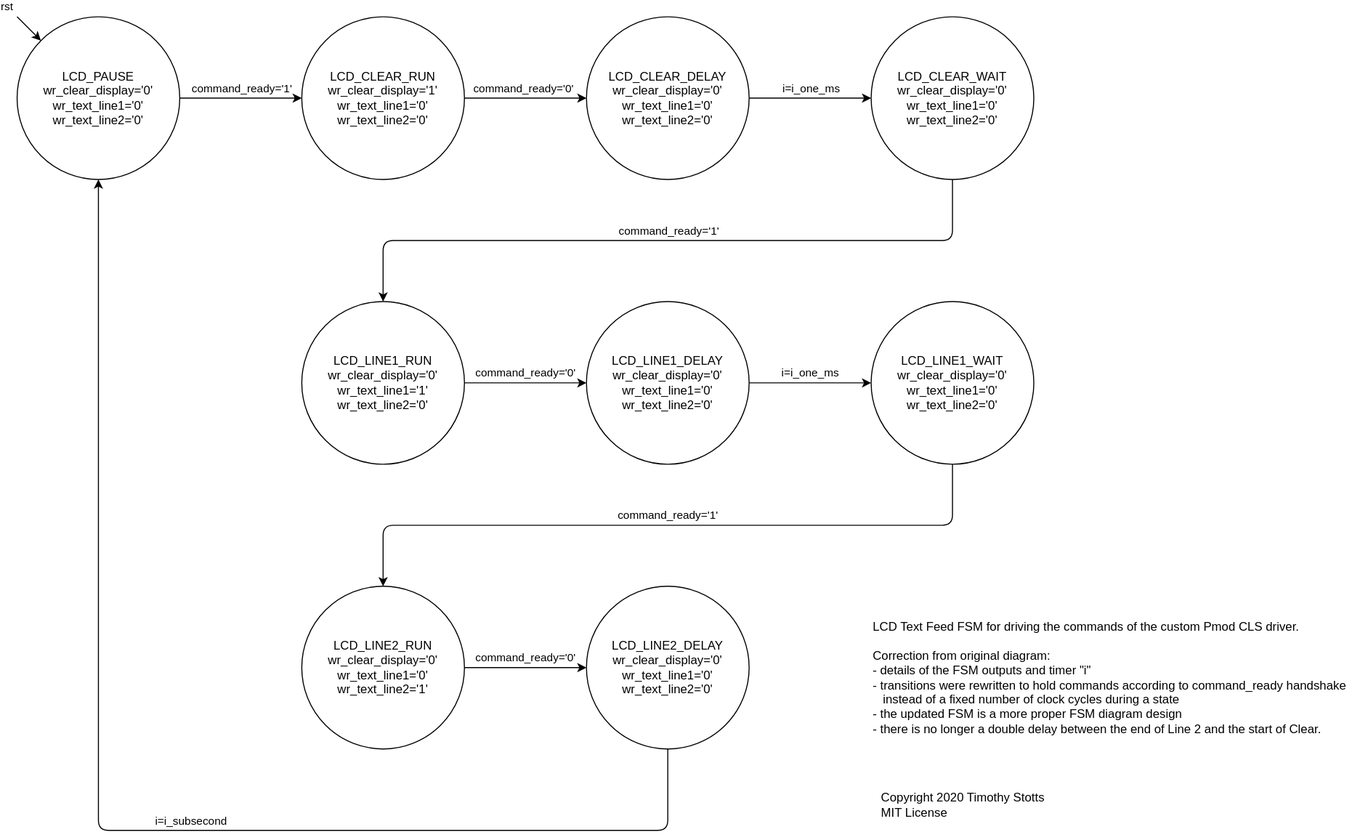
Before: ACL-Tester-Design-Documents/ACL-Tester-Design-Diagrams-LCD-FSM.svg, a diagram exported from draw.io (timothystotts/fpga-serial-acl-tester-1). Source tidied: cells renumbered, new cells last; positions are measured from the earlier drawing's top-left corner, leaving out a move shared by most shapes.
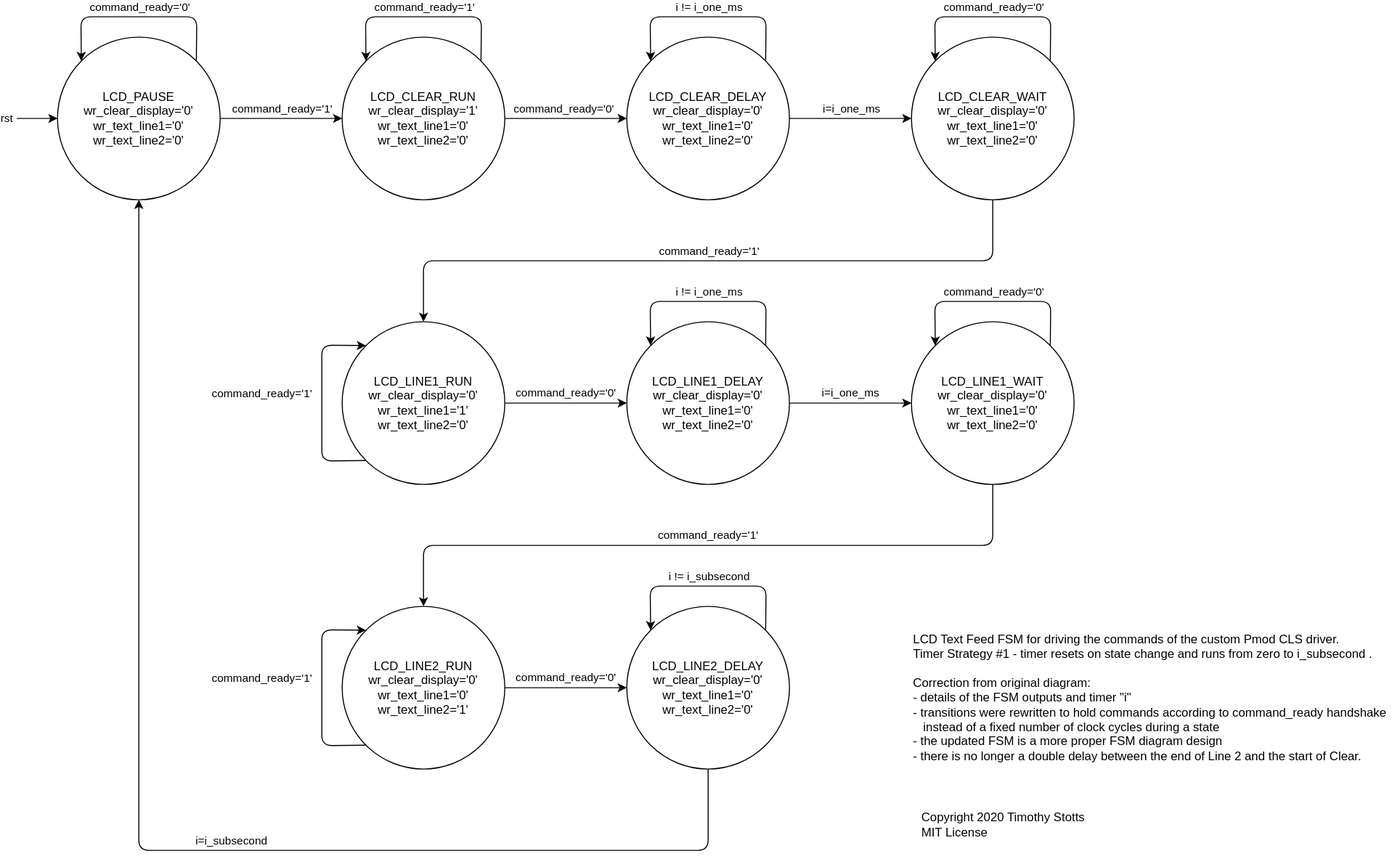
After the change.

What changed in the source:
```diff
@@ -38,10 +38,10 @@
         <mxPoint x="13" y="-7" as="offset" />
       </mxGeometry>
     </mxCell>
-    <mxCell id="12" value="rst" style="endArrow=classic;html=1;entryX=0;entryY=0;entryDx=0;entryDy=0;" parent="1" edge="1" target="2">
-      <mxGeometry x="-1" y="-14" relative="1" as="geometry">
-        <mxPoint as="sourcePoint" />
-        <mxPoint y="-20" as="offset" />
+    <mxCell id="12" value="rst" style="endArrow=classic;html=1;entryX=0;entryY=0.5;entryDx=0;entryDy=0;" parent="1" edge="1" target="2">
+      <mxGeometry x="-1" y="-10" relative="1" as="geometry">
+        <mxPoint x="-40" y="80" as="sourcePoint" />
+        <mxPoint x="-10" y="-10" as="offset" />
       </mxGeometry>
     </mxCell>
     <mxCell id="13" value="LCD_LINE1_RUN&lt;br&gt;wr_clear_display='0'&lt;br&gt;wr_text_line1='1'&lt;br&gt;wr_text_line2='0'" style="ellipse;whiteSpace=wrap;html=1;" parent="1" vertex="1">
@@ -102,11 +102,142 @@
         <mxPoint x="-164" y="-6" as="offset" />
       </mxGeometry>
     </mxCell>
-    <mxCell id="26" value="LCD Text Feed FSM for driving the commands of the custom Pmod CLS driver.&lt;br&gt;&lt;br&gt;Correction from original diagram:&lt;br&gt;- details of the FSM outputs and timer &quot;i&quot;&lt;br&gt;- transitions were rewritten to hold commands according to command_ready handshake&lt;br&gt;&amp;nbsp; &amp;nbsp;instead of a fixed number of clock cycles during a state&lt;br&gt;- the updated FSM is a more proper FSM diagram design&lt;br&gt;- there is no longer a double delay between the end of Line 2 and the start of Clear." style="text;html=1;align=left;verticalAlign=middle;" parent="1" vertex="1">
-      <mxGeometry x="840" y="590" width="480" height="120" as="geometry" />
+    <mxCell id="26" value="LCD Text Feed FSM for driving the commands of the custom Pmod CLS driver.&lt;br&gt;Timer Strategy #1 - timer resets on state change and runs from zero to i_subsecond .&lt;br&gt;&lt;br&gt;Correction from original diagram:&lt;br&gt;- details of the FSM outputs and timer &quot;i&quot;&lt;br&gt;- transitions were rewritten to hold commands according to command_ready handshake&lt;br&gt;&amp;nbsp; &amp;nbsp;instead of a fixed number of clock cycles during a state&lt;br&gt;- the updated FSM is a more proper FSM diagram design&lt;br&gt;- there is no longer a double delay between the end of Line 2 and the start of Clear." style="text;html=1;align=left;verticalAlign=middle;" parent="1" vertex="1">
+      <mxGeometry x="840" y="585" width="480" height="130" as="geometry" />
     </mxCell>
     <mxCell id="27" value="&lt;div style=&quot;text-align: left&quot;&gt;&lt;span&gt;Copyright 2020 Timothy Stotts&lt;/span&gt;&lt;/div&gt;&lt;div style=&quot;text-align: left&quot;&gt;&lt;span&gt;MIT License&lt;/span&gt;&lt;/div&gt;" style="text;html=1;align=center;verticalAlign=middle;" parent="1" vertex="1">
       <mxGeometry x="840" y="760" width="180" height="30" as="geometry" />
     </mxCell>
+    <mxCell id="28" style="endArrow=classic;html=1;exitX=1;exitY=0;exitDx=0;exitDy=0;entryX=0;entryY=0;entryDx=0;entryDy=0;" parent="1" edge="1" source="2" target="2">
+      <mxGeometry relative="1" as="geometry">
+        <Array as="points">
+          <mxPoint x="137" y="-20" />
+          <mxPoint x="23" y="-20" />
+        </Array>
+      </mxGeometry>
+    </mxCell>
+    <mxCell id="29" value="command_ready='0'" style="edgeLabel;html=1;align=center;verticalAlign=middle;" parent="28" vertex="1">
+      <mxGeometry x="0.08" y="1" relative="1" as="geometry">
+        <mxPoint x="7.6" y="-11" as="offset" />
+      </mxGeometry>
+    </mxCell>
+    <mxCell id="30" style="endArrow=classic;html=1;exitX=1;exitY=0;exitDx=0;exitDy=0;entryX=0;entryY=0;entryDx=0;entryDy=0;" parent="1" edge="1">
+      <mxGeometry relative="1" as="geometry">
+        <mxPoint x="416.6" y="23.4" as="sourcePoint" />
+        <mxPoint x="303.4" y="23.4" as="targetPoint" />
+        <Array as="points">
+          <mxPoint x="417" y="-20" />
+          <mxPoint x="303" y="-20" />
+        </Array>
+      </mxGeometry>
+    </mxCell>
+    <mxCell id="31" value="command_ready='1'" style="edgeLabel;html=1;align=center;verticalAlign=middle;" parent="30" vertex="1">
+      <mxGeometry x="0.08" y="1" relative="1" as="geometry">
+        <mxPoint x="7.6" y="-11" as="offset" />
+      </mxGeometry>
+    </mxCell>
+    <mxCell id="32" style="endArrow=classic;html=1;exitX=1;exitY=0;exitDx=0;exitDy=0;entryX=0;entryY=0;entryDx=0;entryDy=0;" parent="1" edge="1">
+      <mxGeometry relative="1" as="geometry">
+        <mxPoint x="696.6" y="23.4" as="sourcePoint" />
+        <mxPoint x="583.4" y="23.4" as="targetPoint" />
+        <Array as="points">
+          <mxPoint x="697" y="-20" />
+          <mxPoint x="583" y="-20" />
+        </Array>
+      </mxGeometry>
+    </mxCell>
+    <mxCell id="33" value="i != i_one_ms" style="edgeLabel;html=1;align=center;verticalAlign=middle;" parent="32" vertex="1">
+      <mxGeometry x="0.08" y="1" relative="1" as="geometry">
+        <mxPoint x="7.6" y="-11" as="offset" />
+      </mxGeometry>
+    </mxCell>
+    <mxCell id="34" style="endArrow=classic;html=1;exitX=1;exitY=0;exitDx=0;exitDy=0;entryX=0;entryY=0;entryDx=0;entryDy=0;" parent="1" edge="1">
+      <mxGeometry relative="1" as="geometry">
+        <mxPoint x="976.6" y="23.4" as="sourcePoint" />
+        <mxPoint x="863.4" y="23.4" as="targetPoint" />
+        <Array as="points">
+          <mxPoint x="977" y="-20" />
+          <mxPoint x="863" y="-20" />
+        </Array>
+      </mxGeometry>
+    </mxCell>
+    <mxCell id="35" value="command_ready='0'" style="edgeLabel;html=1;align=center;verticalAlign=middle;" parent="34" vertex="1">
+      <mxGeometry x="0.08" y="1" relative="1" as="geometry">
+        <mxPoint x="7.6" y="-11" as="offset" />
+      </mxGeometry>
+    </mxCell>
+    <mxCell id="36" style="endArrow=classic;html=1;exitX=0;exitY=1;exitDx=0;exitDy=0;entryX=0;entryY=0;entryDx=0;entryDy=0;" parent="1" edge="1" source="13" target="13">
+      <mxGeometry relative="1" as="geometry">
+        <Array as="points">
+          <mxPoint x="260" y="417" />
+          <mxPoint x="260" y="303" />
+        </Array>
+      </mxGeometry>
+    </mxCell>
+    <mxCell id="37" value="command_ready='1'" style="edgeLabel;html=1;align=center;verticalAlign=middle;" parent="36" vertex="1">
+      <mxGeometry x="0.27" relative="1" as="geometry">
+        <mxPoint x="-60" y="16.6" as="offset" />
+      </mxGeometry>
+    </mxCell>
+    <mxCell id="38" style="endArrow=classic;html=1;exitX=1;exitY=0;exitDx=0;exitDy=0;entryX=0;entryY=0;entryDx=0;entryDy=0;" parent="1" edge="1">
+      <mxGeometry relative="1" as="geometry">
+        <mxPoint x="696.6" y="303.4" as="sourcePoint" />
+        <mxPoint x="583.4" y="303.4" as="targetPoint" />
+        <Array as="points">
+          <mxPoint x="697" y="260" />
+          <mxPoint x="583" y="260" />
+        </Array>
+      </mxGeometry>
+    </mxCell>
+    <mxCell id="39" value="i != i_one_ms" style="edgeLabel;html=1;align=center;verticalAlign=middle;" parent="38" vertex="1">
+      <mxGeometry x="0.08" y="1" relative="1" as="geometry">
+        <mxPoint x="7.6" y="-11" as="offset" />
+      </mxGeometry>
+    </mxCell>
+    <mxCell id="40" style="endArrow=classic;html=1;exitX=1;exitY=0;exitDx=0;exitDy=0;entryX=0;entryY=0;entryDx=0;entryDy=0;" parent="1" edge="1">
+      <mxGeometry relative="1" as="geometry">
+        <mxPoint x="976.6" y="303.4" as="sourcePoint" />
+        <mxPoint x="863.4" y="303.4" as="targetPoint" />
+        <Array as="points">
+          <mxPoint x="977" y="260" />
+          <mxPoint x="863" y="260" />
+        </Array>
+      </mxGeometry>
+    </mxCell>
+    <mxCell id="41" value="command_ready='0'" style="edgeLabel;html=1;align=center;verticalAlign=middle;" parent="40" vertex="1">
+      <mxGeometry x="0.08" y="1" relative="1" as="geometry">
+        <mxPoint x="7.6" y="-11" as="offset" />
+      </mxGeometry>
+    </mxCell>
+    <mxCell id="42" style="endArrow=classic;html=1;exitX=0;exitY=1;exitDx=0;exitDy=0;entryX=0;entryY=0;entryDx=0;entryDy=0;" parent="1" edge="1">
+      <mxGeometry relative="1" as="geometry">
+        <mxPoint x="303.4" y="696.6" as="sourcePoint" />
+        <mxPoint x="303.4" y="583.4" as="targetPoint" />
+        <Array as="points">
+          <mxPoint x="260" y="697" />
+          <mxPoint x="260" y="583" />
+        </Array>
+      </mxGeometry>
+    </mxCell>
+    <mxCell id="43" value="command_ready='1'" style="edgeLabel;html=1;align=center;verticalAlign=middle;" parent="42" vertex="1">
+      <mxGeometry x="0.27" relative="1" as="geometry">
+        <mxPoint x="-60" y="16.6" as="offset" />
+      </mxGeometry>
+    </mxCell>
+    <mxCell id="44" style="endArrow=classic;html=1;exitX=1;exitY=0;exitDx=0;exitDy=0;entryX=0;entryY=0;entryDx=0;entryDy=0;" parent="1" edge="1">
+      <mxGeometry relative="1" as="geometry">
+        <mxPoint x="696.6" y="583.4" as="sourcePoint" />
+        <mxPoint x="583.4" y="583.4" as="targetPoint" />
+        <Array as="points">
+          <mxPoint x="697" y="540" />
+          <mxPoint x="583" y="540" />
+        </Array>
+      </mxGeometry>
+    </mxCell>
+    <mxCell id="45" value="i != i_subsecond" style="edgeLabel;html=1;align=center;verticalAlign=middle;" parent="44" vertex="1">
+      <mxGeometry x="0.08" y="1" relative="1" as="geometry">
+        <mxPoint x="7.6" y="-11" as="offset" />
+      </mxGeometry>
+    </mxCell>
   </root>
 </mxGraphModel>
```
